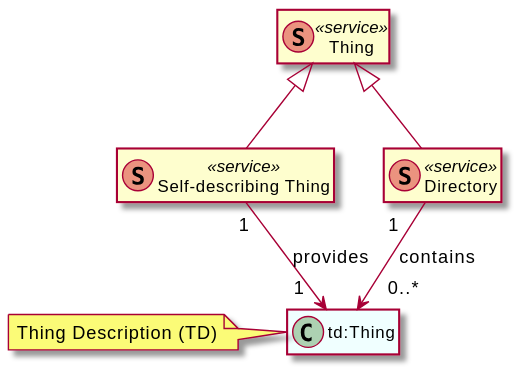
This is images/exploration-class-diagram.svg from w3c/wot-discovery, a PlantUML export, as it was before one commit.
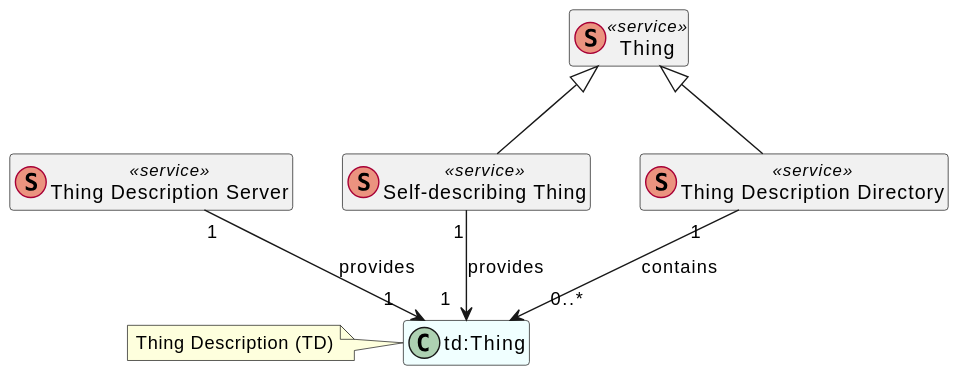
After the commit.

Commit message:
update class diagram

Change to the diagram source:
```diff
@@ -4,8 +4,9 @@
 
 class Thing <<(S,#eb937f) service>>
 together {
+    class Server as "Thing Description Server" <<(S,#eb937f) service>>
     class SelfDesc as "Self-describing Thing" <<(S,#eb937f) service>>
-    class Directory <<(S,#eb937f) service>>
+    class Directory as "Thing Description Directory" <<(S,#eb937f) service>>
 }
 
 class TD as "td:Thing" #Azure
@@ -14,6 +15,7 @@
 Thing <|-- SelfDesc
 Thing <|-- Directory
 SelfDesc "1" --> "1  " TD: provides
+Server "1" --> "1  " TD: provides
 Directory "1   " --> "   0..*" TD: contains
 
 
```
